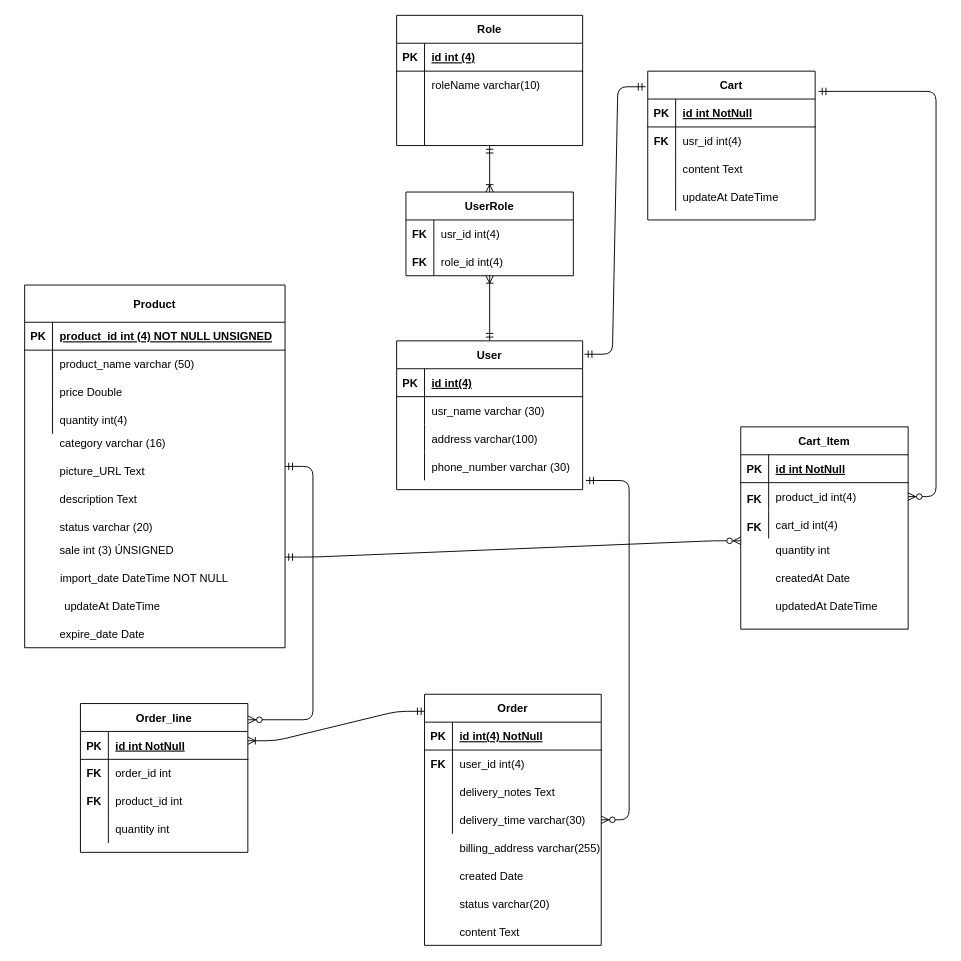
This is Diagram & Material/Diagram/ER.drawio from hakunhan/HANU_minimart, a draw.io file, before an edit. Source tidied: cells renumbered, new cells numbered last; positions are measured from the earlier drawing's top-left corner, leaving out a move shared by most shapes. Both pictures are drawn from the tidied source at 93%, with x=0, y=0 at pixel (15, 15).
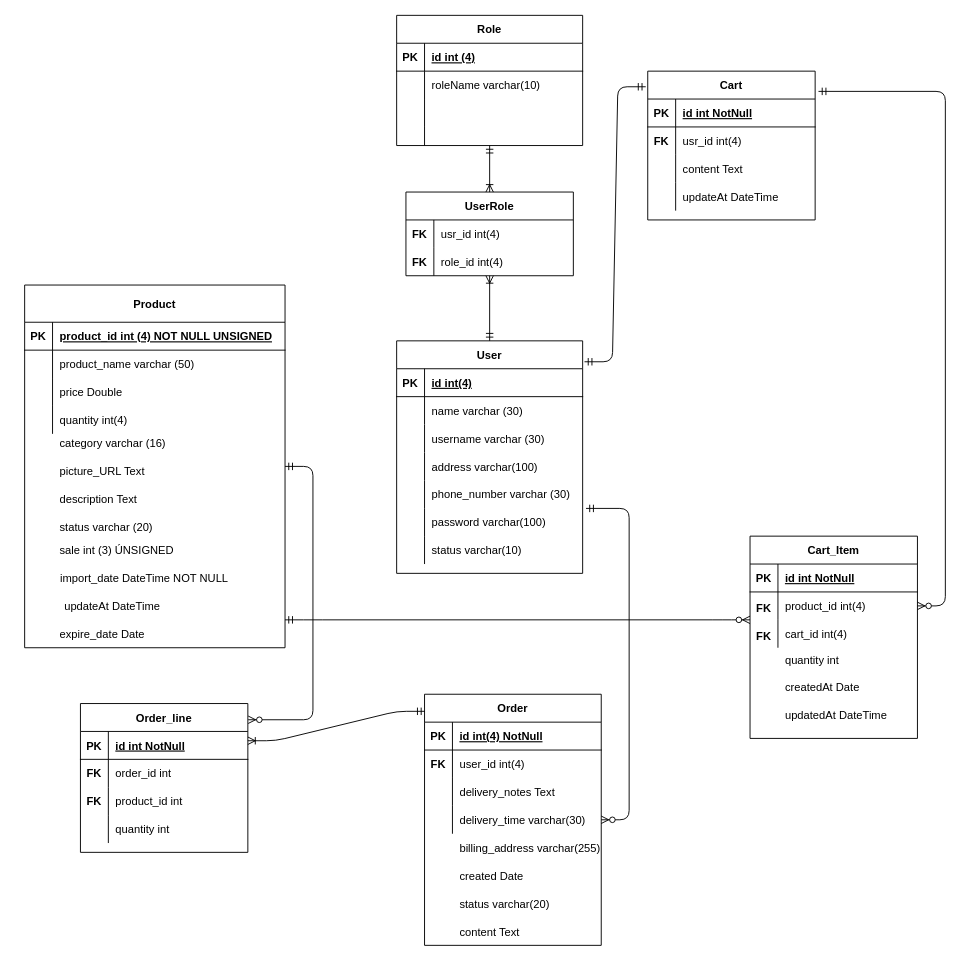
After the change.

The change refers to these unchanged cells:
```xml
<mxCell id="13" style="shape=partialRectangle;fillColor=none;top=0;left=0;bottom=0;right=0;" parent="9" vertex="1">
  <mxGeometry y="60" width="200" height="30" as="geometry" />
</mxCell>
<mxCell id="22" value="Product" style="shape=table;startSize=40;childLayout=tableLayout;rowLines=0;fontStyle=1;align=center;" parent="1" vertex="1">
  <mxGeometry x="10" y="290" width="280" height="390" as="geometry" />
</mxCell>
```

The edit, as a diff of the source:
```diff
@@
     <mxCell id="9" value="User" style="shape=table;startSize=30;childLayout=tableLayout;rowLines=0;fontStyle=1;align=center;" parent="1" vertex="1">
-      <mxGeometry x="410" y="350" width="200" height="160" as="geometry" />
+      <mxGeometry x="410" y="350" width="200" height="250" as="geometry" />
     </mxCell>
@@
-    <mxCell id="15" value="usr_name varchar (30)" style="shape=partialRectangle;fillColor=none;top=0;left=0;bottom=0;right=0;align=left;spacingLeft=6;overflow=hidden;" parent="13" vertex="1">
+    <mxCell id="15" value="name varchar (30)" style="shape=partialRectangle;fillColor=none;top=0;left=0;bottom=0;right=0;align=left;spacingLeft=6;overflow=hidden;" parent="13" vertex="1">
       <mxGeometry x="30" width="170" height="30" as="geometry" />
     </mxCell>
+    <mxCell id="156" style="shape=partialRectangle;fillColor=none;top=0;left=0;bottom=0;right=0;" parent="9" vertex="1">
+      <mxGeometry y="90" width="200" height="30" as="geometry" />
+    </mxCell>
+    <mxCell id="157" style="shape=partialRectangle;fillColor=none;top=0;left=0;bottom=0;right=0;overflow=hidden;" parent="156" vertex="1">
+      <mxGeometry width="30" height="30" as="geometry" />
+    </mxCell>
+    <mxCell id="158" value="username varchar (30)" style="shape=partialRectangle;fillColor=none;top=0;left=0;bottom=0;right=0;align=left;spacingLeft=6;overflow=hidden;" parent="156" vertex="1">
+      <mxGeometry x="30" width="170" height="30" as="geometry" />
+    </mxCell>
     <mxCell id="16" style="shape=partialRectangle;fillColor=none;top=0;left=0;bottom=0;right=0;" parent="9" vertex="1">
-      <mxGeometry y="90" width="200" height="30" as="geometry" />
+      <mxGeometry y="120" width="200" height="30" as="geometry" />
     </mxCell>
@@
     <mxCell id="19" style="shape=partialRectangle;fillColor=none;top=0;left=0;bottom=0;right=0;points=[[0,0.5],[1,0.5]];portConstraint=eastwest;" parent="9" vertex="1">
-      <mxGeometry y="120" width="200" height="30" as="geometry" />
+      <mxGeometry y="150" width="200" height="30" as="geometry" />
     </mxCell>
@@
+    <mxCell id="159" style="shape=partialRectangle;fillColor=none;top=0;left=0;bottom=0;right=0;" parent="9" vertex="1">
+      <mxGeometry y="180" width="200" height="30" as="geometry" />
+    </mxCell>
+    <mxCell id="160" style="shape=partialRectangle;fillColor=none;top=0;left=0;bottom=0;right=0;overflow=hidden;" parent="159" vertex="1">
+      <mxGeometry width="30" height="30" as="geometry" />
+    </mxCell>
+    <mxCell id="161" value="password varchar(100)" style="shape=partialRectangle;fillColor=none;top=0;left=0;bottom=0;right=0;align=left;spacingLeft=6;overflow=hidden;" parent="159" vertex="1">
+      <mxGeometry x="30" width="170" height="30" as="geometry" />
+    </mxCell>
+    <mxCell id="162" style="shape=partialRectangle;fillColor=none;top=0;left=0;bottom=0;right=0;" parent="9" vertex="1">
+      <mxGeometry y="210" width="200" height="30" as="geometry" />
+    </mxCell>
+    <mxCell id="163" style="shape=partialRectangle;fillColor=none;top=0;left=0;bottom=0;right=0;overflow=hidden;" parent="162" vertex="1">
+      <mxGeometry width="30" height="30" as="geometry" />
+    </mxCell>
+    <mxCell id="164" value="status varchar(10)" style="shape=partialRectangle;fillColor=none;top=0;left=0;bottom=0;right=0;align=left;spacingLeft=6;overflow=hidden;" parent="162" vertex="1">
+      <mxGeometry x="30" width="170" height="30" as="geometry" />
+    </mxCell>
@@
     <mxCell id="75" value="Cart_Item" style="shape=table;startSize=30;childLayout=tableLayout;rowLines=0;fontStyle=1;align=center;" parent="1" vertex="1">
-      <mxGeometry x="780" y="442.5" width="180" height="217.5" as="geometry" />
+      <mxGeometry x="790" y="560" width="180" height="217.5" as="geometry" />
     </mxCell>
@@
     <mxCell id="88" style="shape=partialRectangle;fillColor=none;top=0;left=0;bottom=0;right=0;" parent="1" vertex="1">
-      <mxGeometry x="780" y="560" width="180" height="30" as="geometry" />
+      <mxGeometry x="790" y="677.5" width="180" height="30" as="geometry" />
     </mxCell>
@@
     <mxCell id="91" style="shape=partialRectangle;fillColor=none;top=0;left=0;bottom=0;right=0;" parent="1" vertex="1">
-      <mxGeometry x="780" y="590" width="180" height="30" as="geometry" />
+      <mxGeometry x="790" y="707.5" width="180" height="30" as="geometry" />
     </mxCell>
@@
     <mxCell id="94" style="shape=partialRectangle;fillColor=none;top=0;left=0;bottom=0;right=0;" parent="1" vertex="1">
-      <mxGeometry x="780" y="620" width="180" height="30" as="geometry" />
+      <mxGeometry x="790" y="737.5" width="180" height="30" as="geometry" />
     </mxCell>
@@
-    <mxCell id="105" style="edgeStyle=entityRelationEdgeStyle;fontSize=12;html=1;endArrow=ERzeroToMany;startArrow=ERmandOne;exitX=1;exitY=0.75;exitDx=0;exitDy=0;" parent="1" edge="1" source="22">
+    <mxCell id="105" style="edgeStyle=entityRelationEdgeStyle;fontSize=12;html=1;endArrow=ERzeroToMany;startArrow=ERmandOne;" parent="1" edge="1">
       <mxGeometry relative="1" as="geometry">
-        <mxPoint x="780" y="565" as="targetPoint" />
+        <mxPoint x="290" y="650" as="sourcePoint" />
+        <mxPoint x="790" y="650" as="targetPoint" />
       </mxGeometry>
     </mxCell>
@@
     <mxCell id="151" value="FK" style="shape=partialRectangle;fillColor=none;top=0;left=0;bottom=0;right=0;fontStyle=1;overflow=hidden;" parent="1" vertex="1">
-      <mxGeometry x="780" y="505" width="30" height="30" as="geometry" />
+      <mxGeometry x="790" y="622.5" width="30" height="30" as="geometry" />
     </mxCell>
     <mxCell id="152" value="FK" style="shape=partialRectangle;fillColor=none;top=0;left=0;bottom=0;right=0;fontStyle=1;overflow=hidden;" parent="1" vertex="1">
-      <mxGeometry x="780" y="535" width="30" height="30" as="geometry" />
+      <mxGeometry x="790" y="652.5" width="30" height="30" as="geometry" />
     </mxCell>
```
